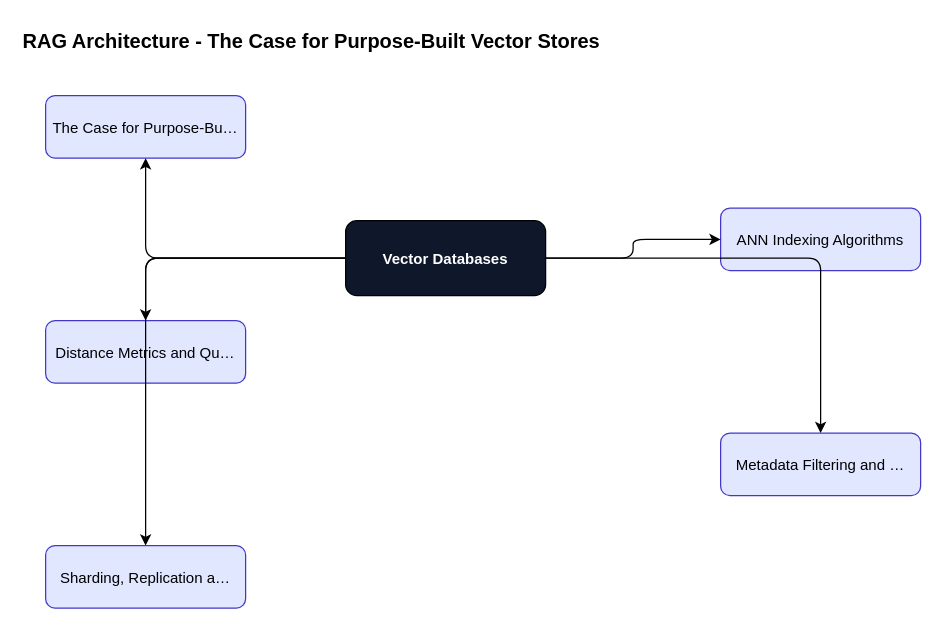
The draw.io diagram content/vector-databases/vector-databases-foundations/diagrams/fig-001-rag-architecture.drawio in ankit05121980/AI-University, before the edit. Source tidied: cells renumbered, new cells numbered last; positions are measured from the earlier drawing's top-left corner, leaving out a move shared by most shapes. Both pictures are drawn from the tidied source at 125%, with x=0, y=0 at pixel (20, 20).
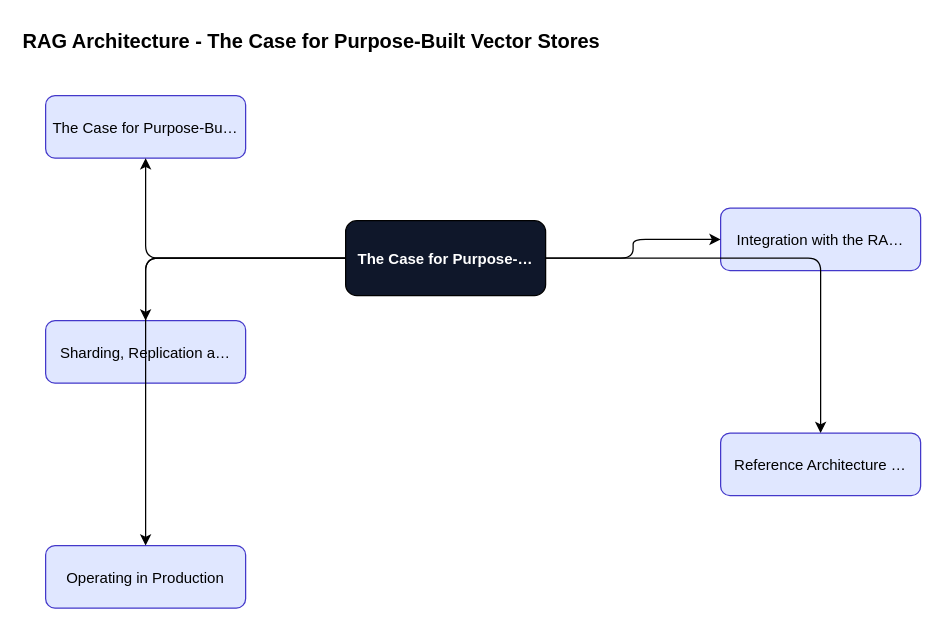
The same page after the edit.

Diff of the diagram source:
```diff
@@
 <mxGraphModel>
   <root>
     <mxCell id="0" />
     <mxCell id="1" parent="0" />
     <mxCell id="2" value="RAG Architecture - The Case for Purpose-Built Vector Stores" style="text;fontSize=16;fontStyle=1;" parent="1" vertex="1">
       <mxGeometry width="600" height="30" as="geometry" />
     </mxCell>
-    <mxCell id="3" value="Vector Databases" style="rounded=1;fillColor=#0f172a;fontColor=#ffffff;fontStyle=1;" parent="1" vertex="1">
+    <mxCell id="3" value="The Case for Purpose-…" style="rounded=1;fillColor=#0f172a;fontColor=#ffffff;fontStyle=1;" parent="1" vertex="1">
       <mxGeometry x="260" y="160" width="160" height="60" as="geometry" />
     </mxCell>
     <mxCell id="4" value="The Case for Purpose-Bu…" style="rounded=1;fillColor=#e0e7ff;strokeColor=#4338ca;" parent="1" vertex="1">
       <mxGeometry x="20" y="60" width="160" height="50" as="geometry" />
     </mxCell>
     <mxCell id="5" style="edgeStyle=orthogonalEdgeStyle;" parent="1" edge="1" source="3" target="4">
       <mxGeometry relative="1" as="geometry" />
     </mxCell>
-    <mxCell id="6" value="ANN Indexing Algorithms" style="rounded=1;fillColor=#e0e7ff;strokeColor=#4338ca;" parent="1" vertex="1">
+    <mxCell id="6" value="Integration with the RA…" style="rounded=1;fillColor=#e0e7ff;strokeColor=#4338ca;" parent="1" vertex="1">
       <mxGeometry x="560" y="150" width="160" height="50" as="geometry" />
     </mxCell>
     <mxCell id="7" style="edgeStyle=orthogonalEdgeStyle;" parent="1" edge="1" source="3" target="6">
       <mxGeometry relative="1" as="geometry" />
     </mxCell>
-    <mxCell id="8" value="Distance Metrics and Qu…" style="rounded=1;fillColor=#e0e7ff;strokeColor=#4338ca;" parent="1" vertex="1">
+    <mxCell id="8" value="Sharding, Replication a…" style="rounded=1;fillColor=#e0e7ff;strokeColor=#4338ca;" parent="1" vertex="1">
       <mxGeometry x="20" y="240" width="160" height="50" as="geometry" />
     </mxCell>
     <mxCell id="9" style="edgeStyle=orthogonalEdgeStyle;" parent="1" edge="1" source="3" target="8">
       <mxGeometry relative="1" as="geometry" />
     </mxCell>
-    <mxCell id="10" value="Metadata Filtering and …" style="rounded=1;fillColor=#e0e7ff;strokeColor=#4338ca;" parent="1" vertex="1">
+    <mxCell id="10" value="Reference Architecture …" style="rounded=1;fillColor=#e0e7ff;strokeColor=#4338ca;" parent="1" vertex="1">
       <mxGeometry x="560" y="330" width="160" height="50" as="geometry" />
     </mxCell>
     <mxCell id="11" style="edgeStyle=orthogonalEdgeStyle;" parent="1" edge="1" source="3" target="10">
       <mxGeometry relative="1" as="geometry" />
     </mxCell>
-    <mxCell id="12" value="Sharding, Replication a…" style="rounded=1;fillColor=#e0e7ff;strokeColor=#4338ca;" parent="1" vertex="1">
+    <mxCell id="12" value="Operating in Production" style="rounded=1;fillColor=#e0e7ff;strokeColor=#4338ca;" parent="1" vertex="1">
       <mxGeometry x="20" y="420" width="160" height="50" as="geometry" />
     </mxCell>
     <mxCell id="13" style="edgeStyle=orthogonalEdgeStyle;" parent="1" edge="1" source="3" target="12">
       <mxGeometry relative="1" as="geometry" />
     </mxCell>
   </root>
 </mxGraphModel>
```
